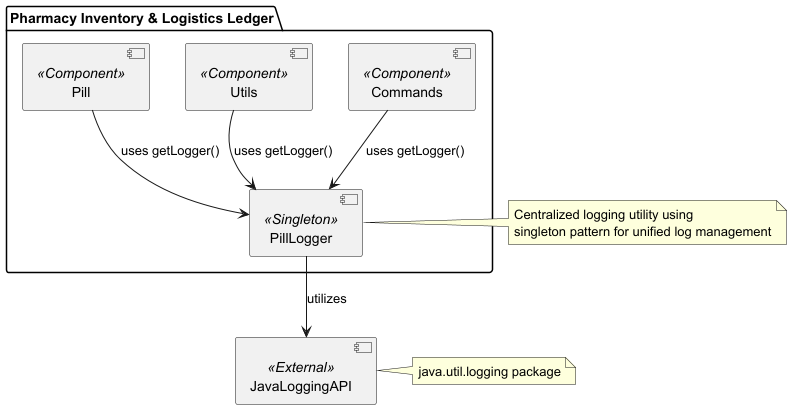
Above: docs/diagrams/PillLogger.png in yijiano/tp (PlantUML), before the change. Source of this version:
```plantuml
@startuml

package "Pharmacy Inventory & Logistics Ledger" {
    [Commands] <<Component>>
    [Utils] <<Component>>
    [Pill] <<Component>>
    [PillLogger] <<Singleton>>
}

[JavaLoggingAPI] <<External>>

[Commands] --> [PillLogger] : uses getLogger()
[Utils] --> [PillLogger] : uses getLogger()
[Pill] --> [PillLogger] : uses getLogger()
[PillLogger] --> [JavaLoggingAPI] : utilizes

note right of PillLogger
    Centralized logging utility using
    singleton pattern for unified log management
end note

note right of JavaLoggingAPI
    java.util.logging package
end note

@enduml
```
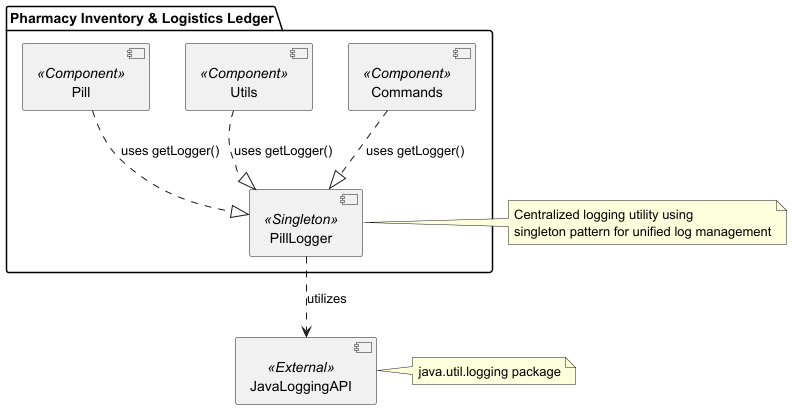
After the change.

Commit message:
Update dependency and interface relationships

Diff of the diagram source:
```diff
@@ -9,10 +9,10 @@
 
 [JavaLoggingAPI] <<External>>
 
-[Commands] --> [PillLogger] : uses getLogger()
-[Utils] --> [PillLogger] : uses getLogger()
-[Pill] --> [PillLogger] : uses getLogger()
-[PillLogger] --> [JavaLoggingAPI] : utilizes
+[Commands] ..|> [PillLogger] : uses getLogger()
+[Utils] ..|> [PillLogger] : uses getLogger()
+[Pill] ..|> [PillLogger] : uses getLogger()
+[PillLogger] ..> [JavaLoggingAPI] : utilizes
 
 note right of PillLogger
     Centralized logging utility using
```
